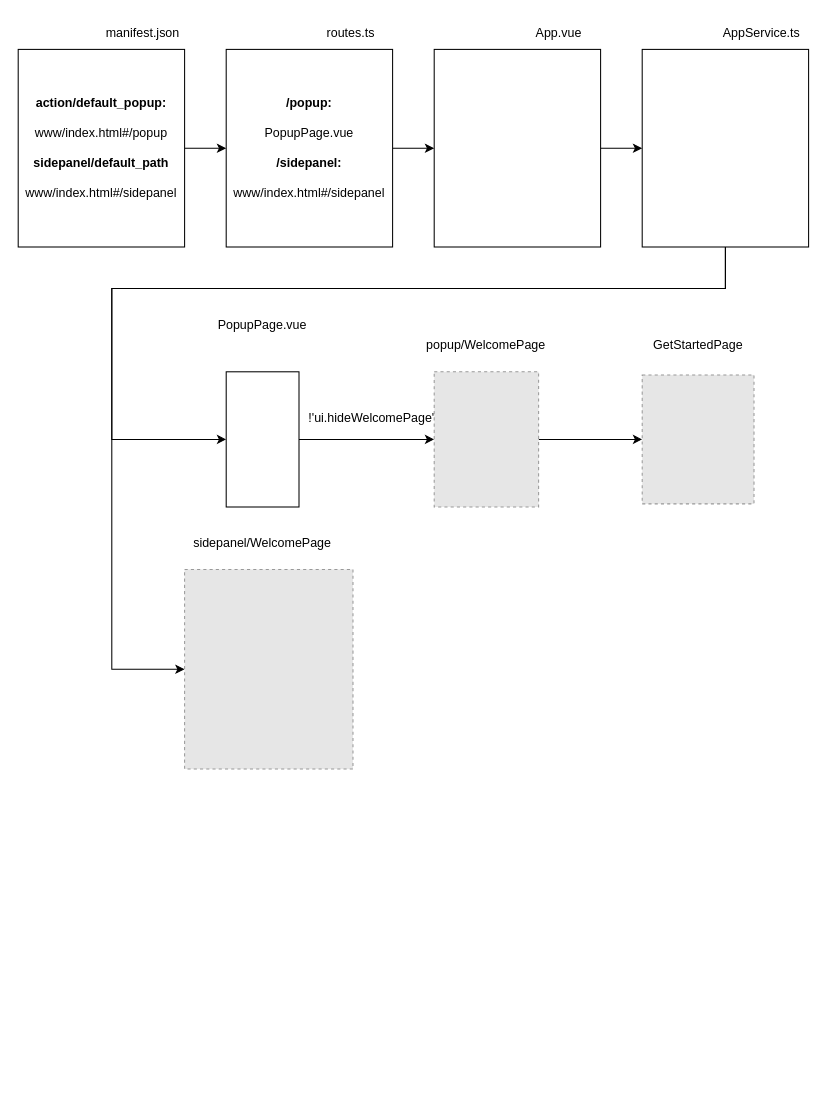
The draw.io diagram docs/drawio/firstCall.drawio in evandor/tabsets, before the edit. Source tidied: cells renumbered, new cells numbered last; positions are measured from the earlier drawing's top-left corner, leaving out a move shared by most shapes. Both pictures are drawn from the tidied source at 104%, with x=0, y=0 at pixel (18, 18). Pictures stored in the file or linked from it are replaced by grey dashed boxes.
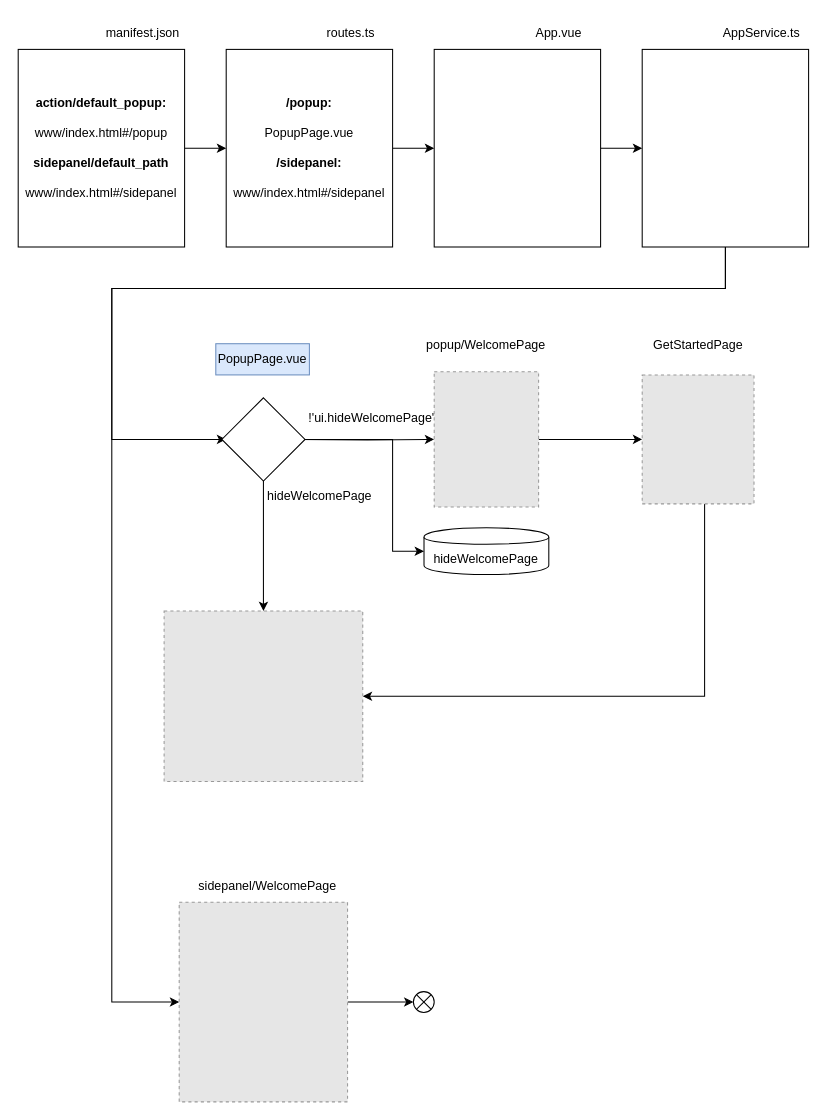
After the change.

The change refers to these unchanged cells:
```xml
<mxCell id="14" style="rounded=0;whiteSpace=wrap;html=1;align=center;" parent="1" vertex="1">
  <mxGeometry x="600" y="30" width="160" height="190" as="geometry" />
</mxCell>
<mxCell id="22" style="fillColor=#E6E6E6;strokeColor=#999999;dashed=1;verticalLabelPosition=bottom;labelBackgroundColor=default;verticalAlign=top;" parent="1" vertex="1">
  <mxGeometry x="400" y="340" width="100.4" height="130" as="geometry" />
</mxCell>
<mxCell id="23" style="fillColor=#E6E6E6;strokeColor=#999999;dashed=1;verticalLabelPosition=bottom;labelBackgroundColor=default;verticalAlign=top;" parent="1" vertex="1">
  <mxGeometry x="600" y="343" width="107.5" height="124" as="geometry" />
</mxCell>
```

Change to the diagram source:
```diff
@@
-    <mxCell id="12" style="edgeStyle=orthogonalEdgeStyle;rounded=0;jettySize=auto;html=1;entryX=0;entryY=0.5;entryDx=0;entryDy=0;exitX=0.5;exitY=1;exitDx=0;exitDy=0;" parent="1" edge="1" source="14" target="17">
+    <mxCell id="12" style="edgeStyle=orthogonalEdgeStyle;rounded=0;jettySize=auto;html=1;entryX=0;entryY=0.5;entryDx=0;entryDy=0;exitX=0.5;exitY=1;exitDx=0;exitDy=0;" parent="1" edge="1" source="14">
       <mxGeometry relative="1" as="geometry">
+        <mxPoint x="200" y="405" as="targetPoint" />
         <Array as="points">
           <mxPoint x="680" y="260" />
           <mxPoint x="90" y="260" />
           <mxPoint x="90" y="405" />
         </Array>
       </mxGeometry>
     </mxCell>
     <mxCell id="13" style="edgeStyle=orthogonalEdgeStyle;rounded=0;jettySize=auto;html=1;entryX=0;entryY=0.5;entryDx=0;entryDy=0;" parent="1" edge="1" source="14" target="24">
       <mxGeometry relative="1" as="geometry">
         <Array as="points">
           <mxPoint x="680" y="260" />
           <mxPoint x="90" y="260" />
-          <mxPoint x="90" y="626" />
+          <mxPoint x="90" y="946" />
         </Array>
       </mxGeometry>
     </mxCell>
@@
-    <mxCell id="15" value="PopupPage.vue" style="text;html=1;align=center;verticalAlign=middle;whiteSpace=wrap;rounded=0;" parent="1" vertex="1">
-      <mxGeometry x="190" y="280" width="90" height="30" as="geometry" />
-    </mxCell>
-    <mxCell id="16" style="edgeStyle=orthogonalEdgeStyle;rounded=0;jettySize=auto;html=1;entryX=0;entryY=0.5;entryDx=0;entryDy=0;" parent="1" edge="1" source="17" target="22">
-      <mxGeometry relative="1" as="geometry" />
+    <mxCell id="16" style="edgeStyle=orthogonalEdgeStyle;rounded=0;jettySize=auto;html=1;entryX=0;entryY=0.5;entryDx=0;entryDy=0;" parent="1" edge="1" target="22">
+      <mxGeometry relative="1" as="geometry">
+        <mxPoint x="270" y="405" as="sourcePoint" />
+      </mxGeometry>
     </mxCell>
-    <mxCell id="17" style="rounded=0;whiteSpace=wrap;html=1;align=center;" parent="1" vertex="1">
-      <mxGeometry x="200" y="340" width="70" height="130" as="geometry" />
-    </mxCell>
+    <mxCell id="26" style="edgeStyle=orthogonalEdgeStyle;rounded=0;jettySize=auto;html=1;entryX=0;entryY=0.5;entryDx=0;entryDy=0;" parent="1" edge="1" target="30">
+      <mxGeometry relative="1" as="geometry">
+        <mxPoint x="270" y="405" as="sourcePoint" />
+        <Array as="points">
+          <mxPoint x="360" y="405" />
+          <mxPoint x="360" y="513" />
+        </Array>
+      </mxGeometry>
+    </mxCell>
@@
+    <mxCell id="27" style="edgeStyle=orthogonalEdgeStyle;rounded=0;jettySize=auto;html=1;entryX=1;entryY=0.5;entryDx=0;entryDy=0;" parent="1" edge="1" source="23" target="31">
+      <mxGeometry relative="1" as="geometry">
+        <Array as="points">
+          <mxPoint x="660" y="652" />
+        </Array>
+      </mxGeometry>
+    </mxCell>
@@
+    <mxCell id="28" style="edgeStyle=orthogonalEdgeStyle;rounded=0;jettySize=auto;html=1;entryX=0;entryY=0.5;entryDx=0;entryDy=0;" parent="1" edge="1" source="24" target="29">
+      <mxGeometry relative="1" as="geometry" />
+    </mxCell>
     <mxCell id="24" style="fillColor=#E6E6E6;strokeColor=#999999;dashed=1;verticalLabelPosition=bottom;labelBackgroundColor=default;verticalAlign=top;" parent="1" vertex="1">
-      <mxGeometry x="160" y="530" width="161.9" height="192" as="geometry" />
+      <mxGeometry x="154.8" y="850" width="161.9" height="192" as="geometry" />
     </mxCell>
     <mxCell id="25" value="sidepanel/WelcomePage" style="text;html=1;align=center;verticalAlign=middle;whiteSpace=wrap;rounded=0;" parent="1" vertex="1">
-      <mxGeometry x="190" y="490" width="90" height="30" as="geometry" />
+      <mxGeometry x="194.8" y="820" width="90" height="30" as="geometry" />
     </mxCell>
+    <mxCell id="29" style="shape=sumEllipse;perimeter=ellipsePerimeter;whiteSpace=wrap;html=1;backgroundOutline=1;" parent="1" vertex="1">
+      <mxGeometry x="380" y="936" width="20" height="20" as="geometry" />
+    </mxCell>
+    <mxCell id="30" value="hideWelcomePage" style="shape=cylinder;whiteSpace=wrap;html=1;boundedLbl=1;backgroundOutline=1;" parent="1" vertex="1">
+      <mxGeometry x="390.2" y="490" width="120" height="45" as="geometry" />
+    </mxCell>
+    <mxCell id="31" style="fillColor=#E6E6E6;strokeColor=#999999;dashed=1;verticalLabelPosition=bottom;labelBackgroundColor=default;verticalAlign=top;" parent="1" vertex="1">
+      <mxGeometry x="140.3" y="570" width="191" height="164" as="geometry" />
+    </mxCell>
+    <mxCell id="15" value="PopupPage.vue" style="text;html=1;align=center;verticalAlign=middle;whiteSpace=wrap;rounded=0;fillColor=#dae8fc;strokeColor=#6c8ebf;" parent="1" vertex="1">
+      <mxGeometry x="190" y="313" width="90" height="30" as="geometry" />
+    </mxCell>
+    <mxCell id="32" value="hideWelcomePage" style="text;html=1;align=center;verticalAlign=middle;whiteSpace=wrap;rounded=0;" parent="1" vertex="1">
+      <mxGeometry x="220" y="445" width="140" height="30" as="geometry" />
+    </mxCell>
+    <mxCell id="33" style="edgeStyle=orthogonalEdgeStyle;rounded=0;jettySize=auto;html=1;entryX=0.5;entryY=0;entryDx=0;entryDy=0;" parent="1" edge="1" source="34" target="31">
+      <mxGeometry relative="1" as="geometry" />
+    </mxCell>
+    <mxCell id="34" style="rhombus;whiteSpace=wrap;html=1;" parent="1" vertex="1">
+      <mxGeometry x="195.8" y="365" width="80" height="80" as="geometry" />
+    </mxCell>
```
